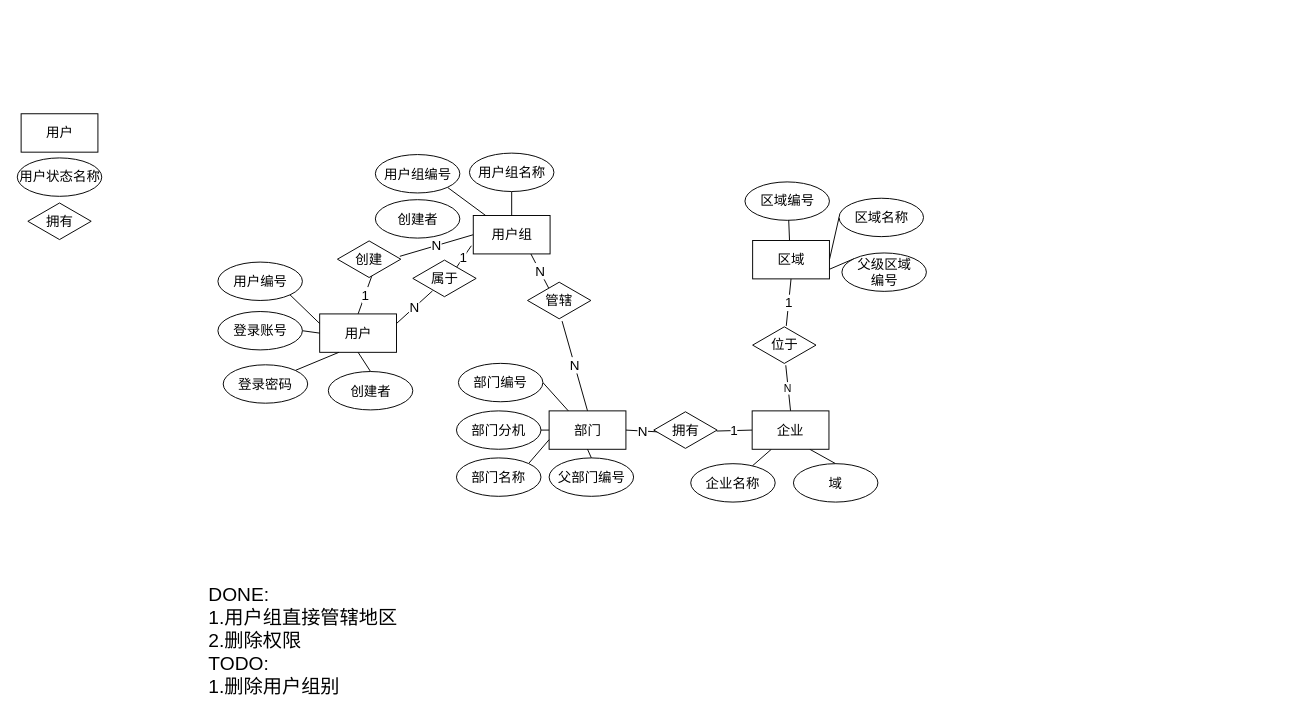
The draw.io diagram page "ER-Design" (1 of 2) of CDRS/DB-design.drawio in waterwatermelon/graph, before the edit. Source tidied: cells renumbered, new cells numbered last; positions are measured from the earlier drawing's top-left corner, leaving out a move shared by most shapes. Both pictures are drawn from the tidied source at 96%, with x=0, y=0 at pixel (16, 113).
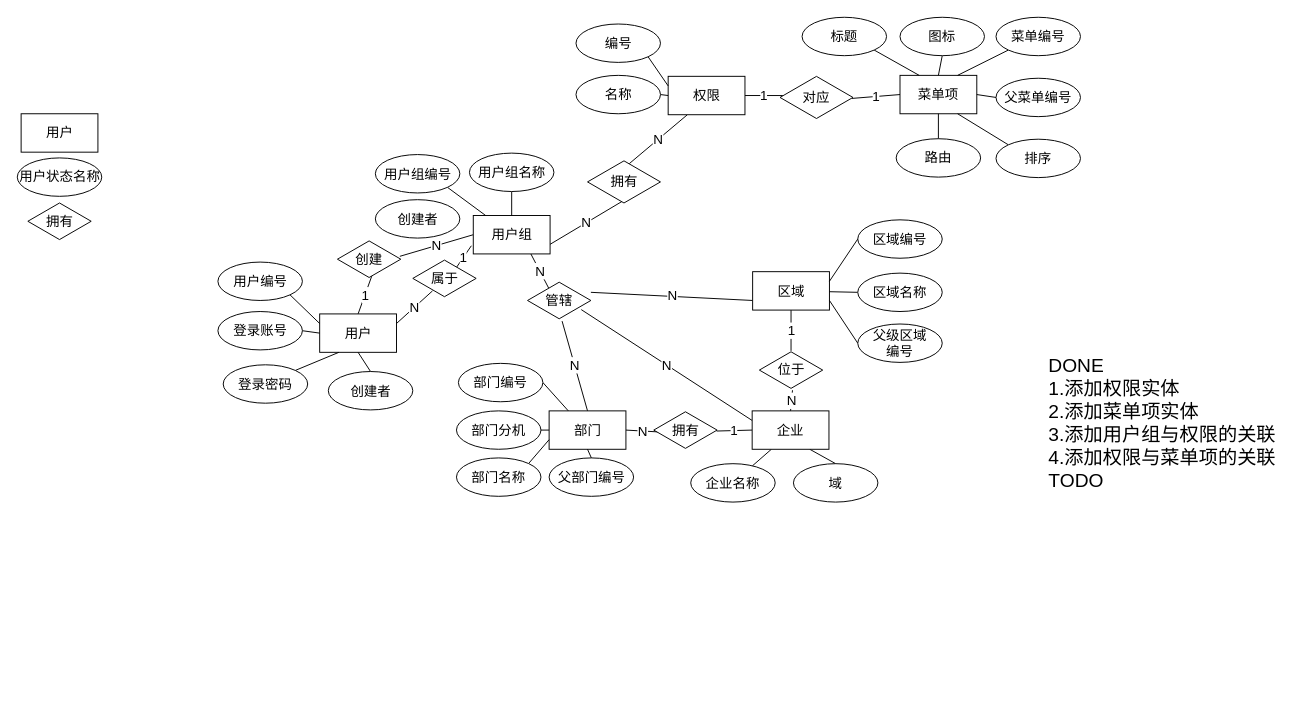
The same diagram, later.

Unchanged cells that the change refers to:
```xml
<mxCell id="17" value="用户组" style="rounded=0;whiteSpace=wrap;html=1;fontSize=14;" parent="1" vertex="1">
  <mxGeometry x="475.5" y="106" width="80" height="40" as="geometry" />
</mxCell>
<mxCell id="46" value="企业" style="rounded=0;whiteSpace=wrap;html=1;fontSize=14;" parent="1" vertex="1">
  <mxGeometry x="766" y="309.5" width="80" height="40" as="geometry" />
</mxCell>
<mxCell id="51" value="管辖" style="html=1;whiteSpace=wrap;shape=isoRectangle;fontSize=14;" parent="1" vertex="1">
  <mxGeometry x="532" y="174.5" width="66" height="40" as="geometry" />
</mxCell>
```

What changed in the source:
```diff
@@
+    <mxCell id="59" value="N" style="edgeStyle=none;rounded=0;jettySize=auto;html=1;exitX=1;exitY=0.75;exitDx=0;exitDy=0;entryX=0.48;entryY=0.935;entryDx=0;entryDy=0;entryPerimeter=0;endArrow=none;endFill=0;fontSize=14;" parent="1" edge="1" source="17" target="86">
+      <mxGeometry relative="1" as="geometry" />
+    </mxCell>
@@
-    <mxCell id="24" style="edgeStyle=none;rounded=0;jettySize=auto;html=1;exitX=0.5;exitY=1;exitDx=0;exitDy=0;entryX=0.5;entryY=0;entryDx=0;entryDy=0;startArrow=none;startFill=0;endArrow=none;endFill=0;fontSize=14;" parent="1" edge="1" source="27" target="29">
-      <mxGeometry relative="1" as="geometry" />
-    </mxCell>
-    <mxCell id="25" style="edgeStyle=none;rounded=0;jettySize=auto;html=1;exitX=1;exitY=0.5;exitDx=0;exitDy=0;entryX=0;entryY=0.5;entryDx=0;entryDy=0;startArrow=none;startFill=0;endArrow=none;endFill=0;fontSize=14;" parent="1" edge="1" source="27" target="28">
-      <mxGeometry relative="1" as="geometry" />
-    </mxCell>
@@
+    <mxCell id="60" value="N" style="edgeStyle=none;rounded=0;jettySize=auto;html=1;exitX=0;exitY=0.75;exitDx=0;exitDy=0;endArrow=none;endFill=0;fontSize=14;" parent="1" edge="1" source="27">
+      <mxGeometry relative="1" as="geometry">
+        <mxPoint x="598" y="186" as="targetPoint" />
+      </mxGeometry>
+    </mxCell>
     <mxCell id="27" value="区域" style="rounded=0;whiteSpace=wrap;html=1;fontSize=14;" parent="1" vertex="1">
-      <mxGeometry x="766.5" y="132" width="80" height="40" as="geometry" />
+      <mxGeometry x="766.5" y="164.5" width="80" height="40" as="geometry" />
     </mxCell>
+    <mxCell id="61" style="edgeStyle=none;rounded=0;jettySize=auto;html=1;exitX=0;exitY=0.5;exitDx=0;exitDy=0;endArrow=none;endFill=0;fontSize=14;" parent="1" edge="1" source="28" target="27">
+      <mxGeometry relative="1" as="geometry" />
+    </mxCell>
     <mxCell id="28" value="区域名称" style="ellipse;whiteSpace=wrap;html=1;fontSize=14;" parent="1" vertex="1">
-      <mxGeometry x="856.5" y="88" width="88" height="40" as="geometry" />
+      <mxGeometry x="876" y="166" width="88" height="40" as="geometry" />
     </mxCell>
+    <mxCell id="62" style="edgeStyle=none;rounded=0;jettySize=auto;html=1;exitX=0;exitY=0.5;exitDx=0;exitDy=0;entryX=1;entryY=0.25;entryDx=0;entryDy=0;endArrow=none;endFill=0;fontSize=14;" parent="1" edge="1" source="29" target="27">
+      <mxGeometry relative="1" as="geometry" />
+    </mxCell>
     <mxCell id="29" value="区域编号" style="ellipse;whiteSpace=wrap;html=1;fontSize=14;" parent="1" vertex="1">
-      <mxGeometry x="758.5" y="71" width="88" height="40" as="geometry" />
+      <mxGeometry x="876" y="110.5" width="88" height="40" as="geometry" />
     </mxCell>
@@
-    <mxCell id="39" style="edgeStyle=none;rounded=0;jettySize=auto;html=1;exitX=0;exitY=0;exitDx=0;exitDy=0;entryX=1;entryY=0.75;entryDx=0;entryDy=0;startArrow=none;startFill=0;endArrow=none;endFill=0;fontSize=14;" parent="1" edge="1" source="40" target="27">
+    <mxCell id="39" style="edgeStyle=none;rounded=0;jettySize=auto;html=1;exitX=0;exitY=0.5;exitDx=0;exitDy=0;entryX=1;entryY=0.75;entryDx=0;entryDy=0;endArrow=none;endFill=0;fontSize=14;" parent="1" edge="1" source="40" target="27">
       <mxGeometry relative="1" as="geometry" />
     </mxCell>
-    <mxCell id="40" value="父级区域&lt;br&gt;编号" style="ellipse;whiteSpace=wrap;html=1;fontSize=14;" parent="1" vertex="1">
-      <mxGeometry x="859.5" y="145" width="88" height="40" as="geometry" />
+    <mxCell id="40" value="父级区域&lt;br style=&quot;font-size: 14px;&quot;&gt;编号" style="ellipse;whiteSpace=wrap;html=1;fontSize=14;" parent="1" vertex="1">
+      <mxGeometry x="876" y="219" width="88" height="40" as="geometry" />
     </mxCell>
-    <mxCell id="41" value="DONE: &lt;br&gt;1.用户组直接管辖地区&lt;br&gt;2.删除权限&lt;br&gt;TODO:&amp;nbsp;&lt;br&gt;1.删除用户组别" style="text;html=1;align=left;verticalAlign=top;spacingTop=-4;fontSize=20;" parent="1" vertex="1">
-      <mxGeometry x="198" y="486" width="210" height="120" as="geometry" />
-    </mxCell>
@@
-    <mxCell id="45" value="N" style="rounded=0;jettySize=auto;html=1;exitX=0.5;exitY=0;exitDx=0;exitDy=0;entryX=0.523;entryY=1.025;entryDx=0;entryDy=0;entryPerimeter=0;endArrow=none;endFill=0;" parent="1" edge="1" source="46" target="48">
+    <mxCell id="45" value="N" style="rounded=0;jettySize=auto;html=1;exitX=0.5;exitY=0;exitDx=0;exitDy=0;entryX=0.523;entryY=1.025;entryDx=0;entryDy=0;entryPerimeter=0;endArrow=none;endFill=0;fontSize=14;" parent="1" edge="1" source="46" target="48">
       <mxGeometry relative="1" as="geometry" />
     </mxCell>
+    <mxCell id="63" value="N" style="rounded=0;jettySize=auto;html=1;exitX=0;exitY=0.25;exitDx=0;exitDy=0;entryX=0.848;entryY=0.738;entryDx=0;entryDy=0;entryPerimeter=0;endArrow=none;endFill=0;fontSize=14;" parent="1" edge="1" source="46" target="51">
+      <mxGeometry relative="1" as="geometry" />
+    </mxCell>
@@
     <mxCell id="48" value="位于" style="html=1;whiteSpace=wrap;shape=isoRectangle;fontSize=14;" parent="1" vertex="1">
-      <mxGeometry x="766.5" y="221" width="66" height="40" as="geometry" />
+      <mxGeometry x="773.5" y="247" width="66" height="40" as="geometry" />
     </mxCell>
@@
+    <mxCell id="64" value="1" style="edgeStyle=none;rounded=0;jettySize=auto;html=1;exitX=0;exitY=0.5;exitDx=0;exitDy=0;entryX=0.987;entryY=0.522;entryDx=0;entryDy=0;entryPerimeter=0;endArrow=none;endFill=0;fontSize=14;" parent="1" edge="1" source="65" target="85">
+      <mxGeometry relative="1" as="geometry" />
+    </mxCell>
+    <mxCell id="65" value="菜单项" style="rounded=0;whiteSpace=wrap;html=1;fontSize=14;" parent="1" vertex="1">
+      <mxGeometry x="920" y="-40" width="80" height="40" as="geometry" />
+    </mxCell>
+    <mxCell id="66" style="edgeStyle=none;rounded=0;jettySize=auto;html=1;exitX=0.5;exitY=1;exitDx=0;exitDy=0;entryX=0.5;entryY=0;entryDx=0;entryDy=0;endArrow=none;endFill=0;fontSize=14;" parent="1" edge="1" source="67" target="65">
+      <mxGeometry relative="1" as="geometry" />
+    </mxCell>
+    <mxCell id="67" value="图标" style="ellipse;whiteSpace=wrap;html=1;fontSize=14;" parent="1" vertex="1">
+      <mxGeometry x="920" y="-100.5" width="88" height="40" as="geometry" />
+    </mxCell>
+    <mxCell id="68" style="edgeStyle=none;rounded=0;jettySize=auto;html=1;exitX=0;exitY=1;exitDx=0;exitDy=0;entryX=0.75;entryY=0;entryDx=0;entryDy=0;endArrow=none;endFill=0;fontSize=14;" parent="1" edge="1" source="69" target="65">
+      <mxGeometry relative="1" as="geometry" />
+    </mxCell>
+    <mxCell id="69" value="菜单编号" style="ellipse;whiteSpace=wrap;html=1;fontSize=14;" parent="1" vertex="1">
+      <mxGeometry x="1020" y="-100.5" width="88" height="40" as="geometry" />
+    </mxCell>
+    <mxCell id="70" style="edgeStyle=none;rounded=0;jettySize=auto;html=1;exitX=0;exitY=0.5;exitDx=0;exitDy=0;entryX=1;entryY=0.5;entryDx=0;entryDy=0;endArrow=none;endFill=0;fontSize=14;" parent="1" edge="1" source="71" target="65">
+      <mxGeometry relative="1" as="geometry" />
+    </mxCell>
+    <mxCell id="71" value="父菜单编号" style="ellipse;whiteSpace=wrap;html=1;fontSize=14;" parent="1" vertex="1">
+      <mxGeometry x="1020" y="-37" width="88" height="40" as="geometry" />
+    </mxCell>
+    <mxCell id="72" style="edgeStyle=none;rounded=0;jettySize=auto;html=1;exitX=0;exitY=0;exitDx=0;exitDy=0;entryX=0.75;entryY=1;entryDx=0;entryDy=0;endArrow=none;endFill=0;fontSize=14;" parent="1" edge="1" source="73" target="65">
+      <mxGeometry relative="1" as="geometry" />
+    </mxCell>
+    <mxCell id="73" value="排序" style="ellipse;whiteSpace=wrap;html=1;fontSize=14;" parent="1" vertex="1">
+      <mxGeometry x="1020" y="26.5" width="88" height="40" as="geometry" />
+    </mxCell>
+    <mxCell id="74" style="edgeStyle=none;rounded=0;jettySize=auto;html=1;exitX=1;exitY=1;exitDx=0;exitDy=0;entryX=0.25;entryY=0;entryDx=0;entryDy=0;endArrow=none;endFill=0;fontSize=14;" parent="1" edge="1" source="75" target="65">
+      <mxGeometry relative="1" as="geometry" />
+    </mxCell>
+    <mxCell id="75" value="标题" style="ellipse;whiteSpace=wrap;html=1;fontSize=14;" parent="1" vertex="1">
+      <mxGeometry x="818" y="-100.5" width="88" height="40" as="geometry" />
+    </mxCell>
+    <mxCell id="76" style="edgeStyle=none;rounded=0;jettySize=auto;html=1;exitX=0.5;exitY=0;exitDx=0;exitDy=0;entryX=0.5;entryY=1;entryDx=0;entryDy=0;endArrow=none;endFill=0;fontSize=14;" parent="1" edge="1" source="77" target="65">
+      <mxGeometry relative="1" as="geometry" />
+    </mxCell>
+    <mxCell id="77" value="路由" style="ellipse;whiteSpace=wrap;html=1;fontSize=14;" parent="1" vertex="1">
+      <mxGeometry x="916" y="26" width="88" height="40" as="geometry" />
+    </mxCell>
+    <mxCell id="78" value="N" style="edgeStyle=none;rounded=0;jettySize=auto;html=1;exitX=0.25;exitY=1;exitDx=0;exitDy=0;entryX=0.572;entryY=0.087;entryDx=0;entryDy=0;entryPerimeter=0;endArrow=none;endFill=0;fontSize=14;" parent="1" edge="1" source="80" target="86">
+      <mxGeometry relative="1" as="geometry" />
+    </mxCell>
+    <mxCell id="79" value="1" style="edgeStyle=none;rounded=0;jettySize=auto;html=1;exitX=1;exitY=0.5;exitDx=0;exitDy=0;entryX=0.039;entryY=0.457;entryDx=0;entryDy=0;entryPerimeter=0;endArrow=none;endFill=0;fontSize=14;" parent="1" edge="1" source="80" target="85">
+      <mxGeometry relative="1" as="geometry" />
+    </mxCell>
+    <mxCell id="80" value="权限" style="rounded=0;whiteSpace=wrap;html=1;fontSize=14;" parent="1" vertex="1">
+      <mxGeometry x="678.5" y="-39" width="80" height="40" as="geometry" />
+    </mxCell>
+    <mxCell id="81" style="edgeStyle=none;rounded=0;jettySize=auto;html=1;exitX=1;exitY=0.5;exitDx=0;exitDy=0;entryX=0;entryY=0.5;entryDx=0;entryDy=0;endArrow=none;endFill=0;fontSize=14;" parent="1" edge="1" source="82" target="80">
+      <mxGeometry relative="1" as="geometry" />
+    </mxCell>
+    <mxCell id="82" value="名称" style="ellipse;whiteSpace=wrap;html=1;fontSize=14;" parent="1" vertex="1">
+      <mxGeometry x="582.5" y="-40" width="88" height="40" as="geometry" />
+    </mxCell>
+    <mxCell id="83" style="edgeStyle=none;rounded=0;jettySize=auto;html=1;exitX=1;exitY=1;exitDx=0;exitDy=0;entryX=0;entryY=0.25;entryDx=0;entryDy=0;endArrow=none;endFill=0;fontSize=14;" parent="1" edge="1" source="84" target="80">
+      <mxGeometry relative="1" as="geometry" />
+    </mxCell>
+    <mxCell id="84" value="编号" style="ellipse;whiteSpace=wrap;html=1;fontSize=14;" parent="1" vertex="1">
+      <mxGeometry x="582.5" y="-93.5" width="88" height="40" as="geometry" />
+    </mxCell>
+    <mxCell id="85" value="对应" style="html=1;whiteSpace=wrap;shape=isoRectangle;fontSize=14;" parent="1" vertex="1">
+      <mxGeometry x="795" y="-40" width="76" height="46" as="geometry" />
+    </mxCell>
+    <mxCell id="86" value="拥有" style="html=1;whiteSpace=wrap;shape=isoRectangle;fontSize=14;" parent="1" vertex="1">
+      <mxGeometry x="594.5" y="48" width="76" height="46" as="geometry" />
+    </mxCell>
+    <mxCell id="87" value="&lt;font style=&quot;font-size: 20px&quot;&gt;DONE&lt;br&gt;1.添加权限实体&lt;br&gt;2.添加菜单项实体&lt;br&gt;3.添加用户组与权限的关联&lt;br&gt;4.添加权限与菜单项的关联&lt;br&gt;TODO&lt;br&gt;&lt;br&gt;&lt;/font&gt;" style="text;html=1;align=left;verticalAlign=top;spacingTop=-4;fontSize=14;" parent="1" vertex="1">
+      <mxGeometry x="1073" y="247" width="250" height="130" as="geometry" />
+    </mxCell>
```
